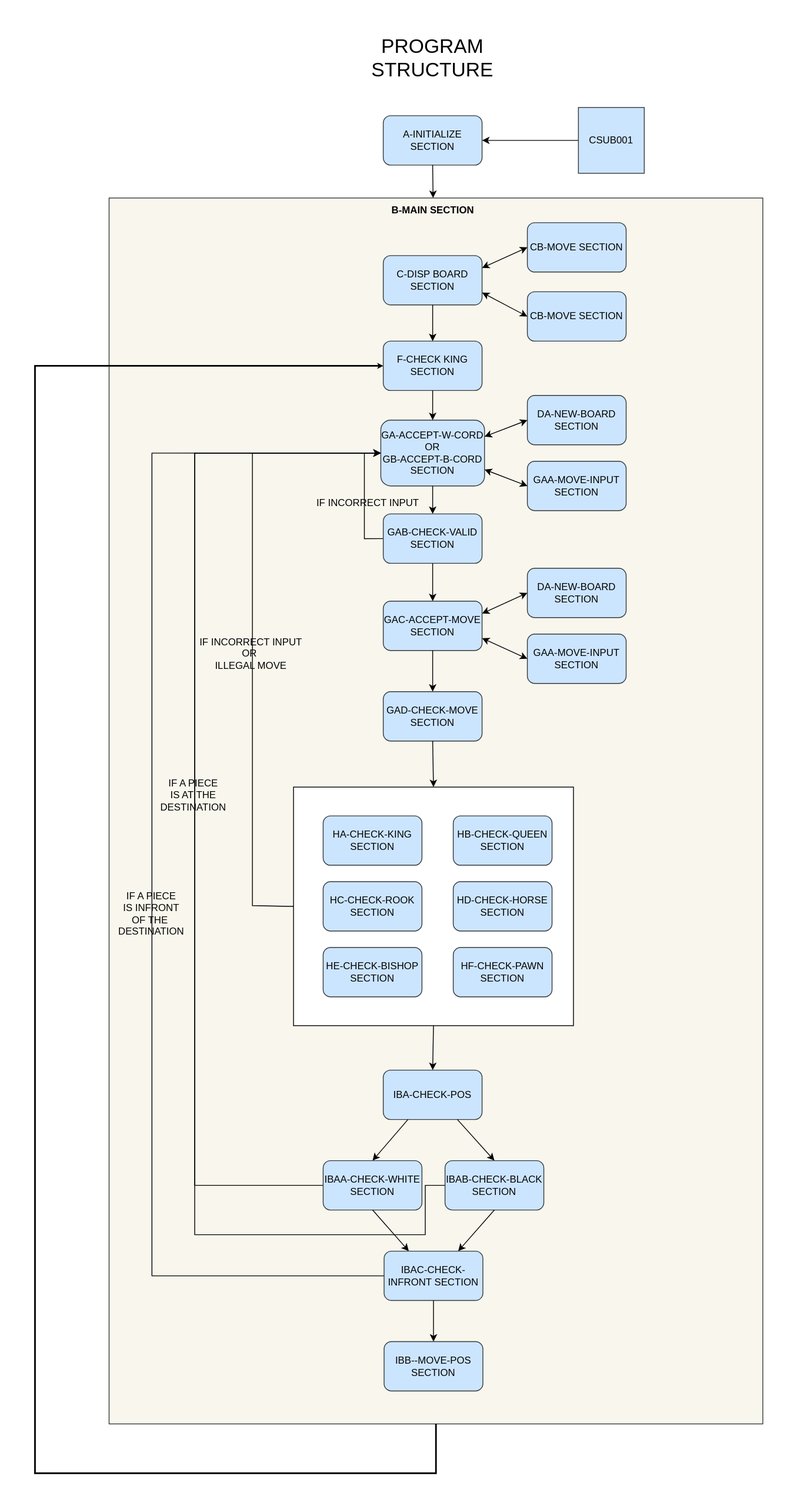
Earlier version of the draw.io export COBOL_Chess_Flow_Chart.drawio.svg (AntonBystedt/COBOL-CHESS). Source tidied: cells renumbered, new cells last; positions are measured from the earlier drawing's top-left corner, leaving out a move shared by most shapes.
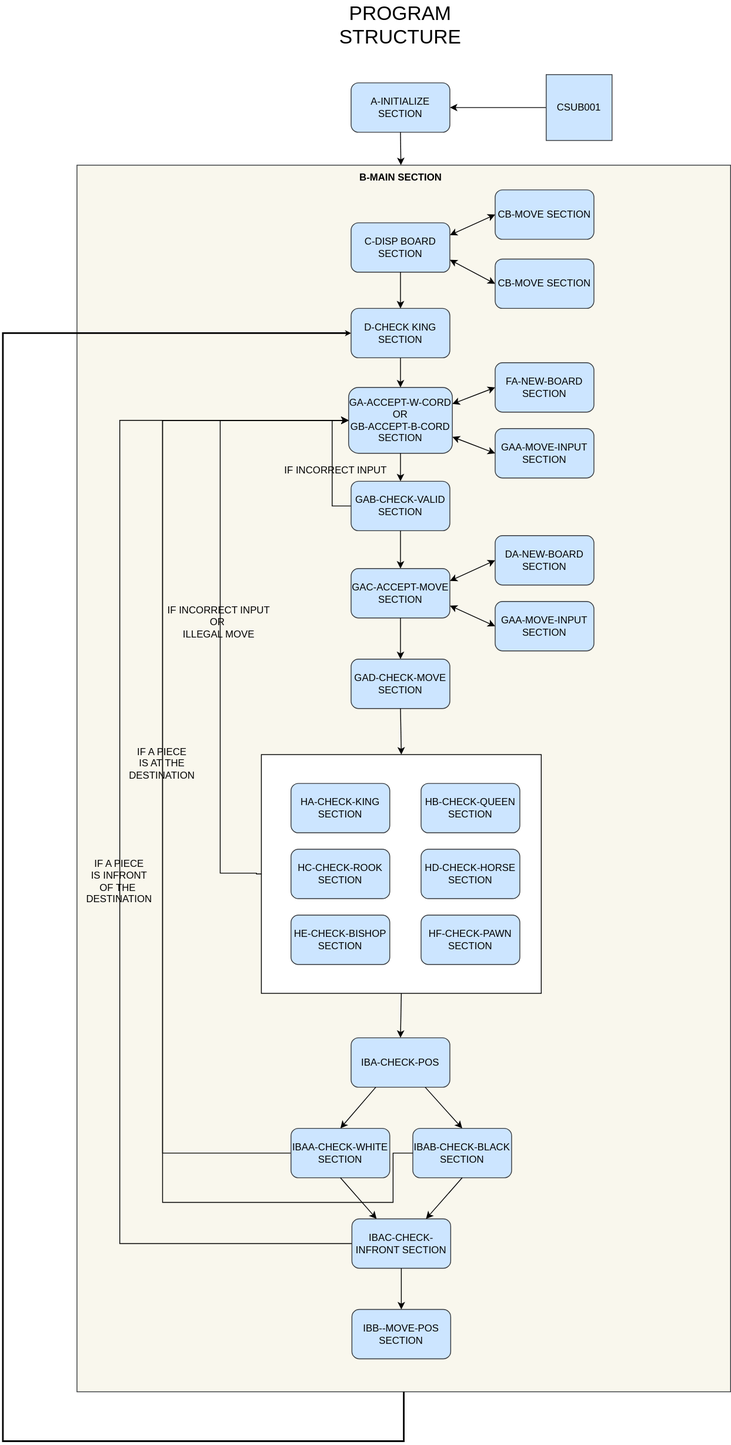
Later version of the same file.

Diff of the diagram source:
```diff
@@ -58,13 +58,13 @@
     <mxCell id="16" style="endArrow=classic;startArrow=classic;html=1;rounded=0;entryX=0;entryY=0.5;entryDx=0;entryDy=0;exitX=1;exitY=0.25;exitDx=0;exitDy=0;" parent="1" edge="1" source="11" target="15">
       <mxGeometry relative="1" as="geometry" />
     </mxCell>
-    <mxCell id="17" value="F-CHECK KING SECTION" style="rounded=1;whiteSpace=wrap;html=1;glass=0;fillColor=#cce5ff;strokeColor=#36393d;" parent="1" vertex="1">
+    <mxCell id="17" value="D-CHECK KING SECTION" style="rounded=1;whiteSpace=wrap;html=1;glass=0;fillColor=#cce5ff;strokeColor=#36393d;" parent="1" vertex="1">
       <mxGeometry x="423" y="374" width="120" height="60" as="geometry" />
     </mxCell>
     <mxCell id="18" value="GA-ACCEPT-W-CORD OR&lt;br&gt;GB-ACCEPT-B-CORD&lt;br&gt;SECTION" style="rounded=1;whiteSpace=wrap;html=1;glass=0;fillColor=#cce5ff;strokeColor=#36393d;" parent="1" vertex="1">
       <mxGeometry x="420" y="470" width="126" height="80" as="geometry" />
     </mxCell>
-    <mxCell id="19" value="DA-NEW-BOARD SECTION" style="rounded=1;whiteSpace=wrap;html=1;glass=0;fillColor=#cce5ff;strokeColor=#36393d;" parent="1" vertex="1">
+    <mxCell id="19" value="FA-NEW-BOARD SECTION" style="rounded=1;whiteSpace=wrap;html=1;glass=0;fillColor=#cce5ff;strokeColor=#36393d;" parent="1" vertex="1">
       <mxGeometry x="598" y="440" width="120" height="60" as="geometry" />
     </mxCell>
     <mxCell id="20" style="endArrow=classic;startArrow=classic;html=1;rounded=0;entryX=0;entryY=0.5;entryDx=0;entryDy=0;exitX=1;exitY=0.25;exitDx=0;exitDy=0;" parent="1" edge="1" source="18" target="19">
```
